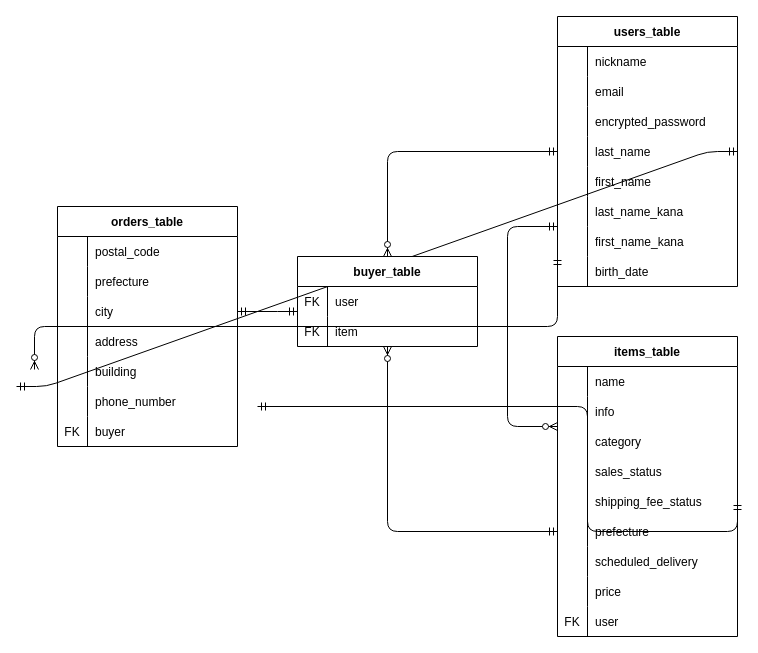
This is entity_relation_table.dio from Tac-O-Lanthan/furima-33053, a draw.io file, before an edit. Source tidied: cells renumbered, new cells numbered last; positions are measured from the earlier drawing's top-left corner, leaving out a move shared by most shapes. Both pictures are drawn from the tidied source at 100%, with x=0, y=0 at pixel (16, 16).
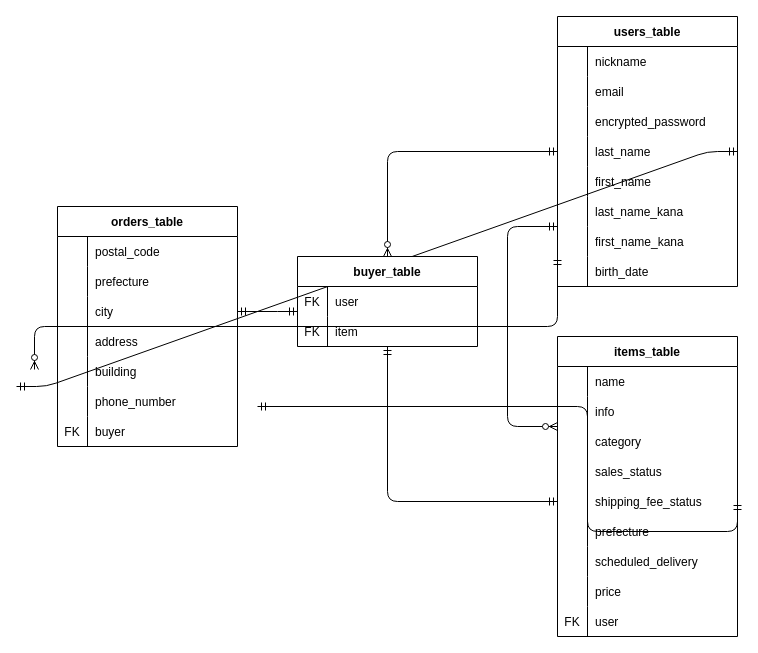
After the change.

Commit message (it also covers changes not shown here):
ER図とREADMEの作成（修正5）

The change refers to these unchanged cells:
```xml
<mxCell id="40" style="shape=partialRectangle;fillColor=none;top=0;left=0;bottom=0;right=0;points=[[0,0.5],[1,0.5]];portConstraint=eastwest;" parent="27" vertex="1">
  <mxGeometry y="150" width="180" height="30" as="geometry" />
</mxCell>
<mxCell id="43" style="shape=partialRectangle;fillColor=none;top=0;left=0;bottom=0;right=0;points=[[0,0.5],[1,0.5]];portConstraint=eastwest;" parent="27" vertex="1">
  <mxGeometry y="180" width="180" height="30" as="geometry" />
</mxCell>
<mxCell id="84" style="shape=partialRectangle;fillColor=none;top=0;left=0;bottom=0;right=0;points=[[0,0.5],[1,0.5]];portConstraint=eastwest;" parent="80" vertex="1">
  <mxGeometry y="60" width="180" height="30" as="geometry" />
</mxCell>
```

Diff of the diagram source:
```diff
@@
-    <mxCell id="90" style="edgeStyle=orthogonalEdgeStyle;fontSize=12;html=1;endArrow=ERzeroToMany;startArrow=ERmandOne;entryX=0.5;entryY=1;entryDx=0;entryDy=0;exitX=0;exitY=0.5;exitDx=0;exitDy=0;entryPerimeter=0;" parent="1" edge="1" source="43" target="84">
-      <mxGeometry relative="1" as="geometry" />
-    </mxCell>
+    <mxCell id="91" style="edgeStyle=orthogonalEdgeStyle;fontSize=12;html=1;endArrow=ERmandOne;startArrow=ERmandOne;exitX=0.5;exitY=1;exitDx=0;exitDy=0;entryX=0;entryY=0.5;entryDx=0;entryDy=0;exitPerimeter=0;" parent="1" edge="1" source="84" target="40">
+      <mxGeometry relative="1" as="geometry" />
+    </mxCell>
```
